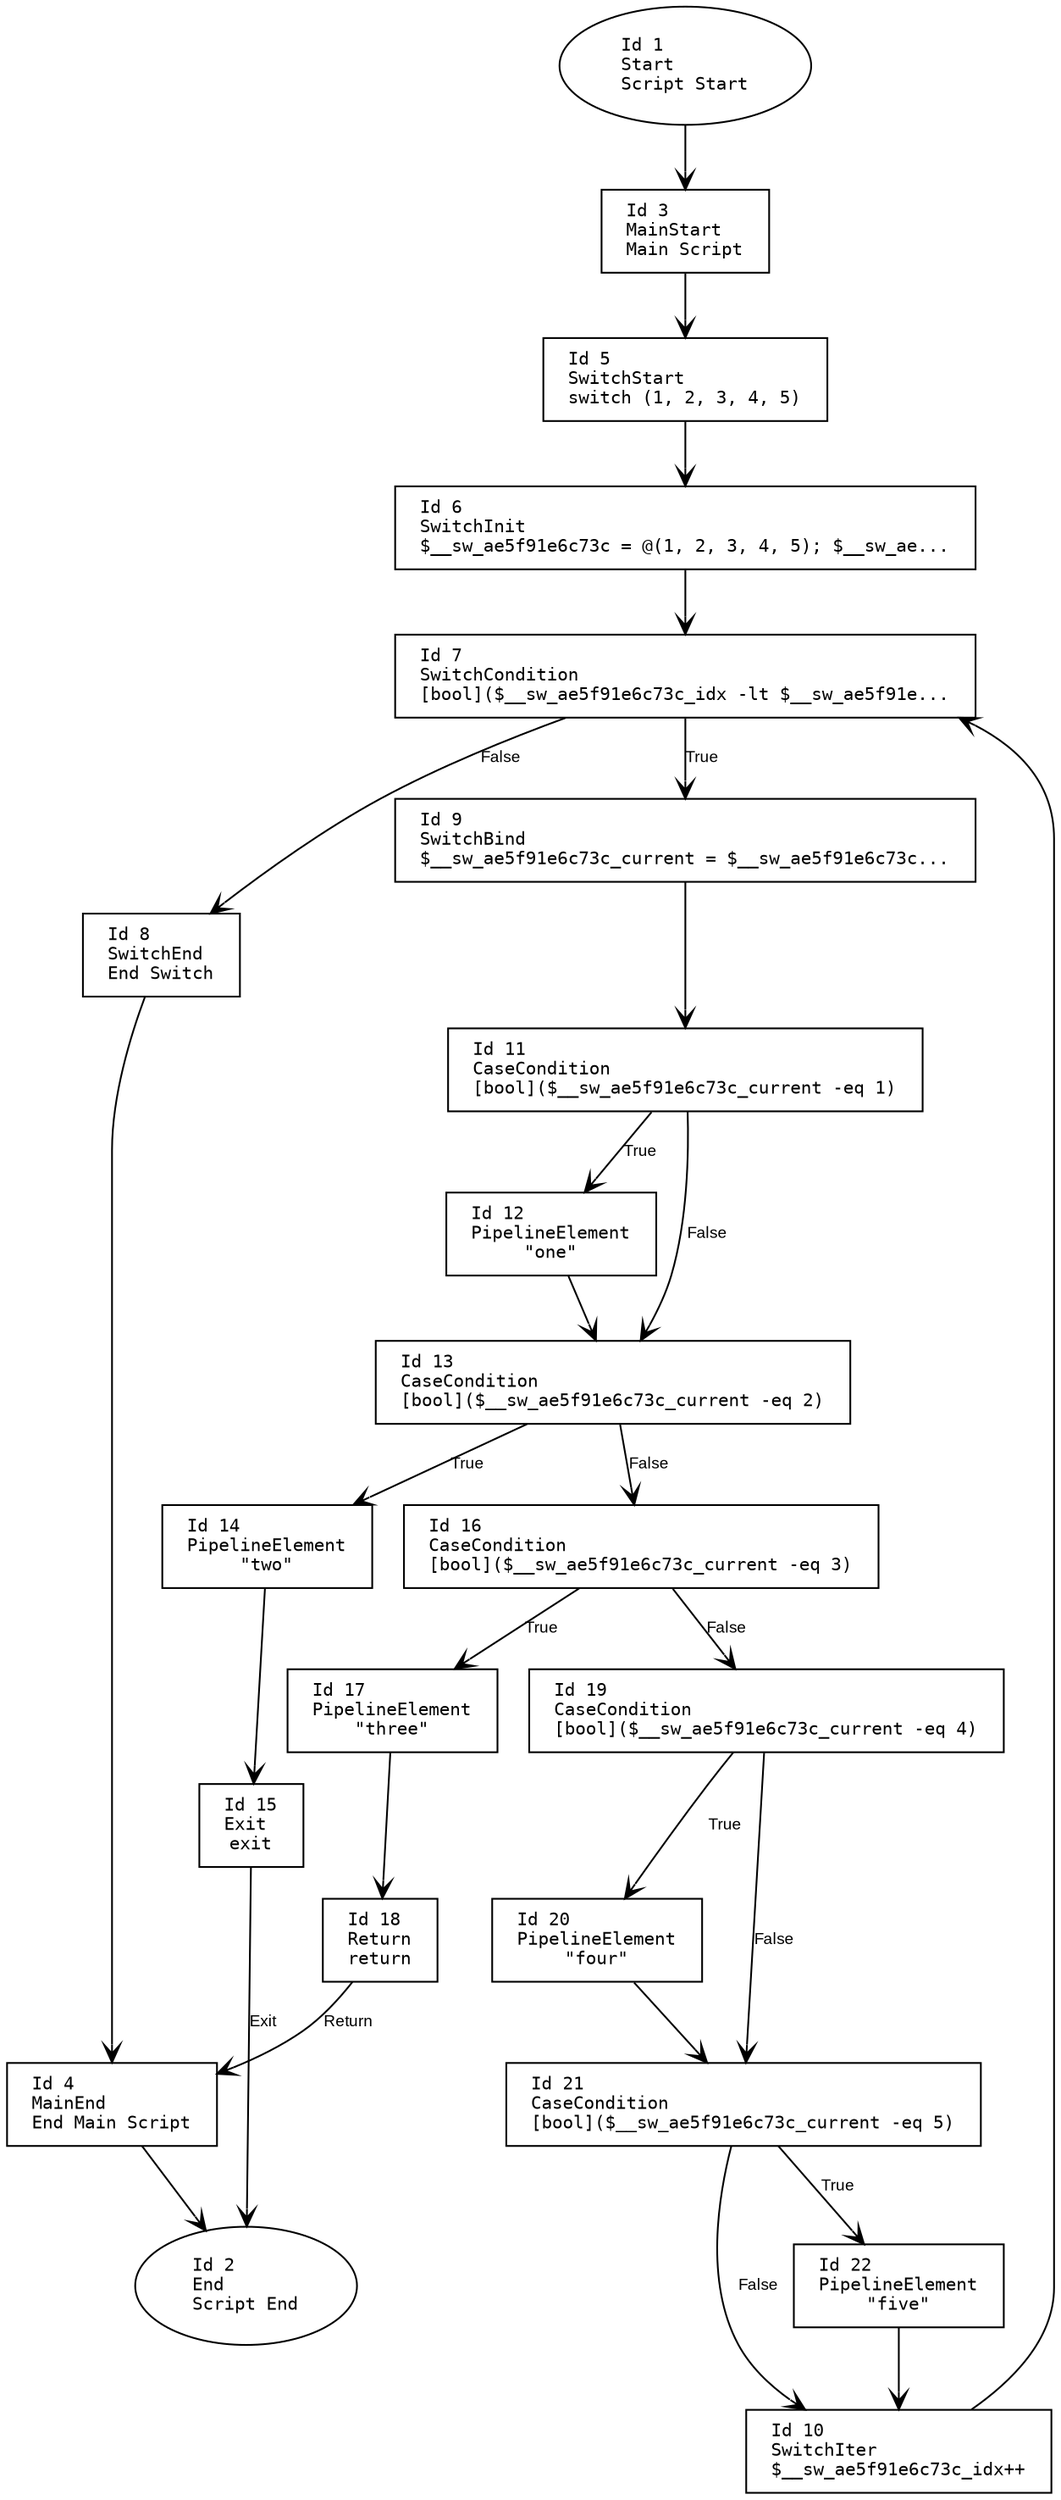
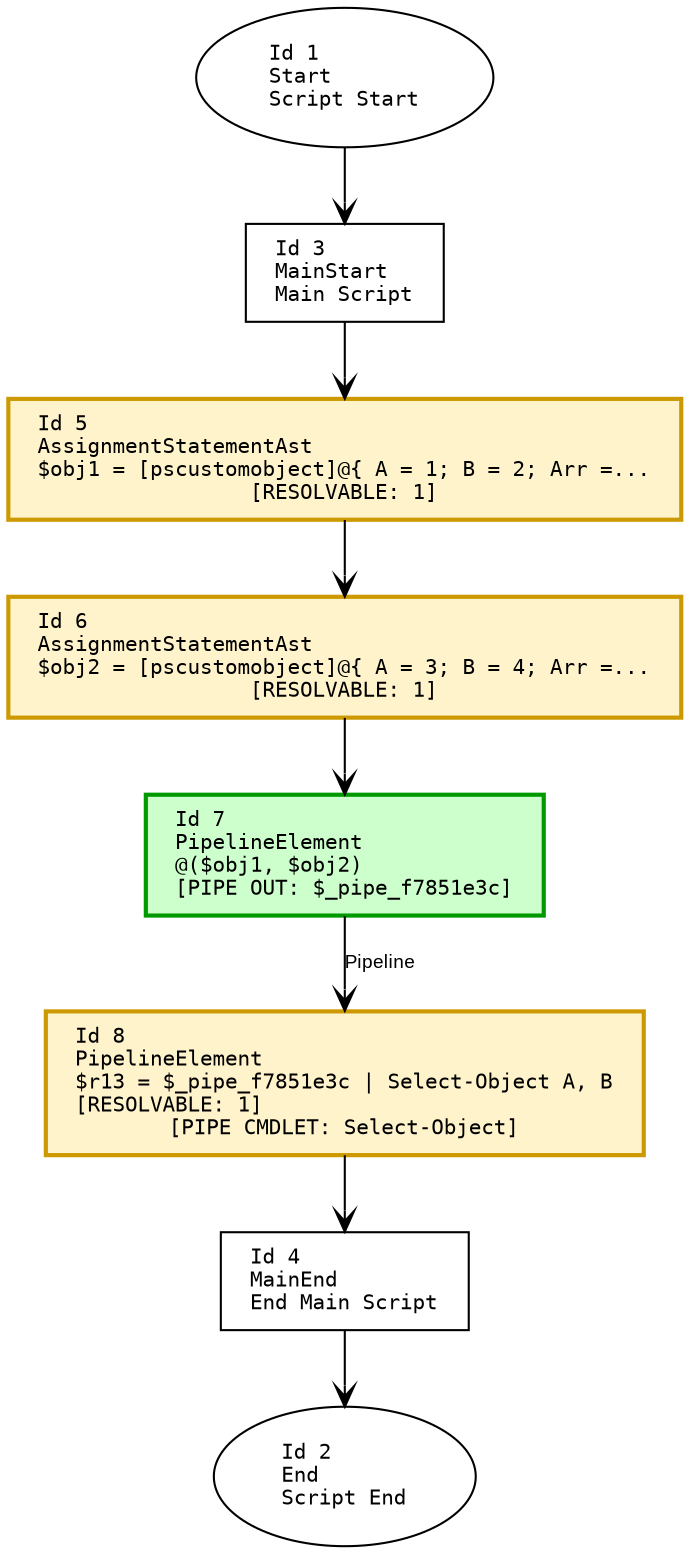
digraph G {
    rankdir=TB;
    node [
        fontname="Consolas"
        shape=box
        width=0
        height=0
        margin="0.2,0.1"
        fontsize=10
    ];
    edge [fontname="Arial", arrowhead=vee, fontsize=9];

    // Nodes
    1 [label="Id 1\lStart\lScript Start", shape=oval];
    2 [label="Id 2\lEnd\lScript End", shape=oval];
    3 [label="Id 3\lMainStart\lMain Script", shape=box];
    4 [label="Id 4\lMainEnd\lEnd Main Script", shape=box];
-     5 [label="Id 5\lSwitchStart\lswitch (1, 2, 3, 4, 5)", shape=box];
-     6 [label="Id 6\lSwitchInit\l$__sw_ae5f91e6c73c = @(1, 2, 3, 4, 5); $__sw_ae...", shape=box];
-     7 [label="Id 7\lSwitchCondition\l[bool]($__sw_ae5f91e6c73c_idx -lt $__sw_ae5f91e...", shape=box];
-     8 [label="Id 8\lSwitchEnd\lEnd Switch", shape=box];
-     9 [label="Id 9\lSwitchBind\l$__sw_ae5f91e6c73c_current = $__sw_ae5f91e6c73c...", shape=box];
-     10 [label="Id 10\lSwitchIter\l$__sw_ae5f91e6c73c_idx++", shape=box];
-     11 [label="Id 11\lCaseCondition\l[bool]($__sw_ae5f91e6c73c_current -eq 1)", shape=box];
-     12 [label="Id 12\lPipelineElement\l\"one\"", shape=box];
-     13 [label="Id 13\lCaseCondition\l[bool]($__sw_ae5f91e6c73c_current -eq 2)", shape=box];
-     14 [label="Id 14\lPipelineElement\l\"two\"", shape=box];
-     15 [label="Id 15\lExit\lexit", shape=box];
-     16 [label="Id 16\lCaseCondition\l[bool]($__sw_ae5f91e6c73c_current -eq 3)", shape=box];
-     17 [label="Id 17\lPipelineElement\l\"three\"", shape=box];
-     18 [label="Id 18\lReturn\lreturn", shape=box];
-     19 [label="Id 19\lCaseCondition\l[bool]($__sw_ae5f91e6c73c_current -eq 4)", shape=box];
-     20 [label="Id 20\lPipelineElement\l\"four\"", shape=box];
-     21 [label="Id 21\lCaseCondition\l[bool]($__sw_ae5f91e6c73c_current -eq 5)", shape=box];
-     22 [label="Id 22\lPipelineElement\l\"five\"", shape=box];
+     5 [label="Id 5\lAssignmentStatementAst\l$obj1 = [pscustomobject]@{ A = 1; B = 2; Arr =...\l[RESOLVABLE: 1]", shape=box, style=filled, fillcolor="#fff3cc", color="#cc9900", penwidth=2];
+     6 [label="Id 6\lAssignmentStatementAst\l$obj2 = [pscustomobject]@{ A = 3; B = 4; Arr =...\l[RESOLVABLE: 1]", shape=box, style=filled, fillcolor="#fff3cc", color="#cc9900", penwidth=2];
+     7 [label="Id 7\lPipelineElement\l@($obj1, $obj2)\l[PIPE OUT: $_pipe_f7851e3c]", shape=box, style=filled, fillcolor="#ccffcc", color="#009900", penwidth=2];
+     8 [label="Id 8\lPipelineElement\l$r13 = $_pipe_f7851e3c | Select-Object A, B\l[RESOLVABLE: 1]\l[PIPE CMDLET: Select-Object]", shape=box, style=filled, fillcolor="#fff3cc", color="#cc9900", penwidth=2];

    // Edges
    1 -> 3;
    3 -> 5;
    5 -> 6;
    6 -> 7;
-     7 -> 8 [label="False"];
-     7 -> 9 [label="True"];
-     10 -> 7;
-     9 -> 11;
-     11 -> 12 [label="True"];
-     11 -> 13 [label="False"];
-     12 -> 13;
-     13 -> 14 [label="True"];
-     14 -> 15;
-     15 -> 2 [label="Exit"];
-     13 -> 16 [label="False"];
-     16 -> 17 [label="True"];
-     17 -> 18;
-     18 -> 4 [label="Return"];
-     16 -> 19 [label="False"];
-     19 -> 20 [label="True"];
-     19 -> 21 [label="False"];
-     20 -> 21;
-     21 -> 22 [label="True"];
-     21 -> 10 [label="False"];
-     22 -> 10;
+     7 -> 8 [label="Pipeline"];
    8 -> 4;
    4 -> 2;
}